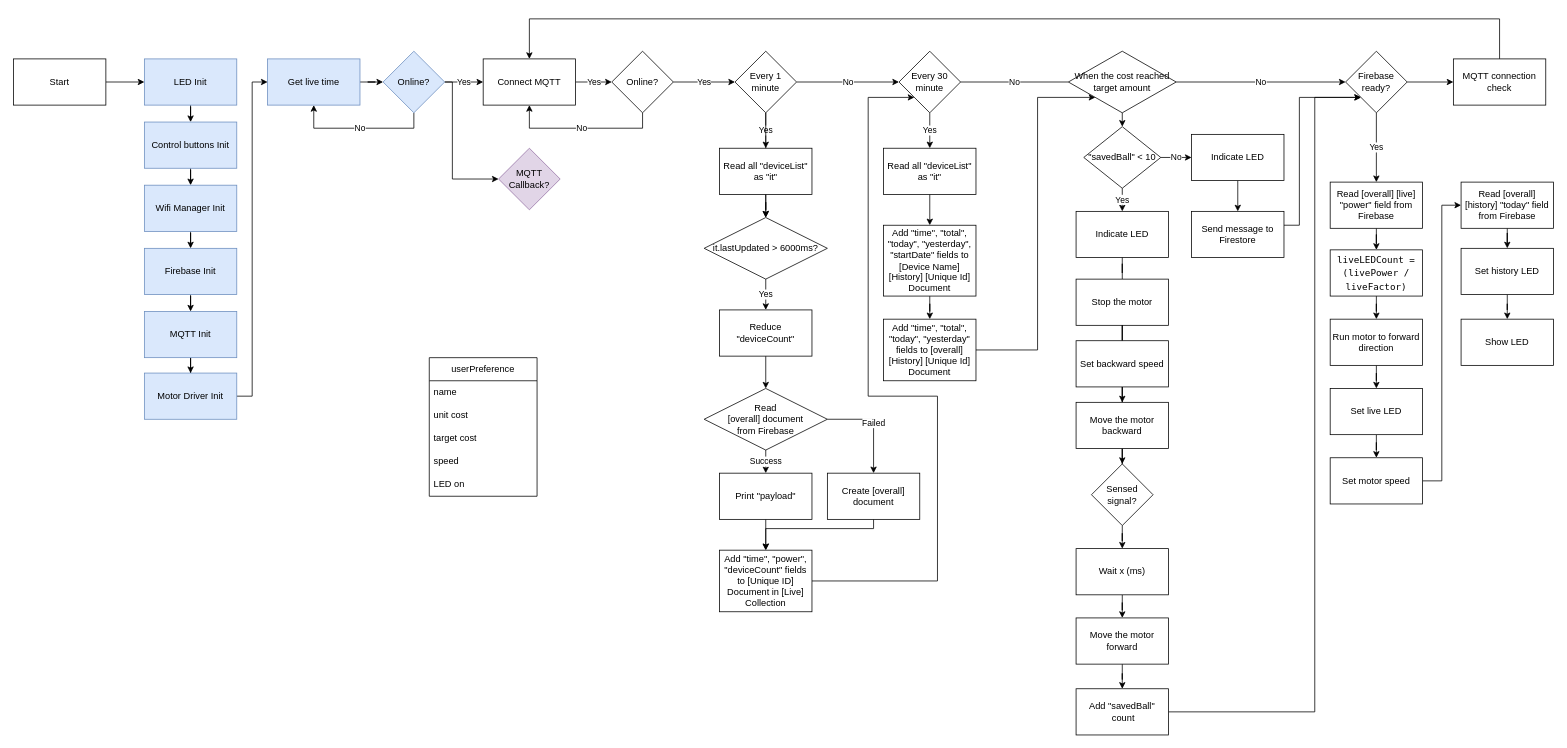
This is deviceLogic.drawio from Lionel-Lim/data-marble-machine, a draw.io file, before an edit. Source tidied: cells renumbered, new cells numbered last; positions are measured from the earlier drawing's top-left corner, leaving out a move shared by most shapes. Both pictures are drawn from the tidied source at 77%, with x=0, y=0 at pixel (13, 18).
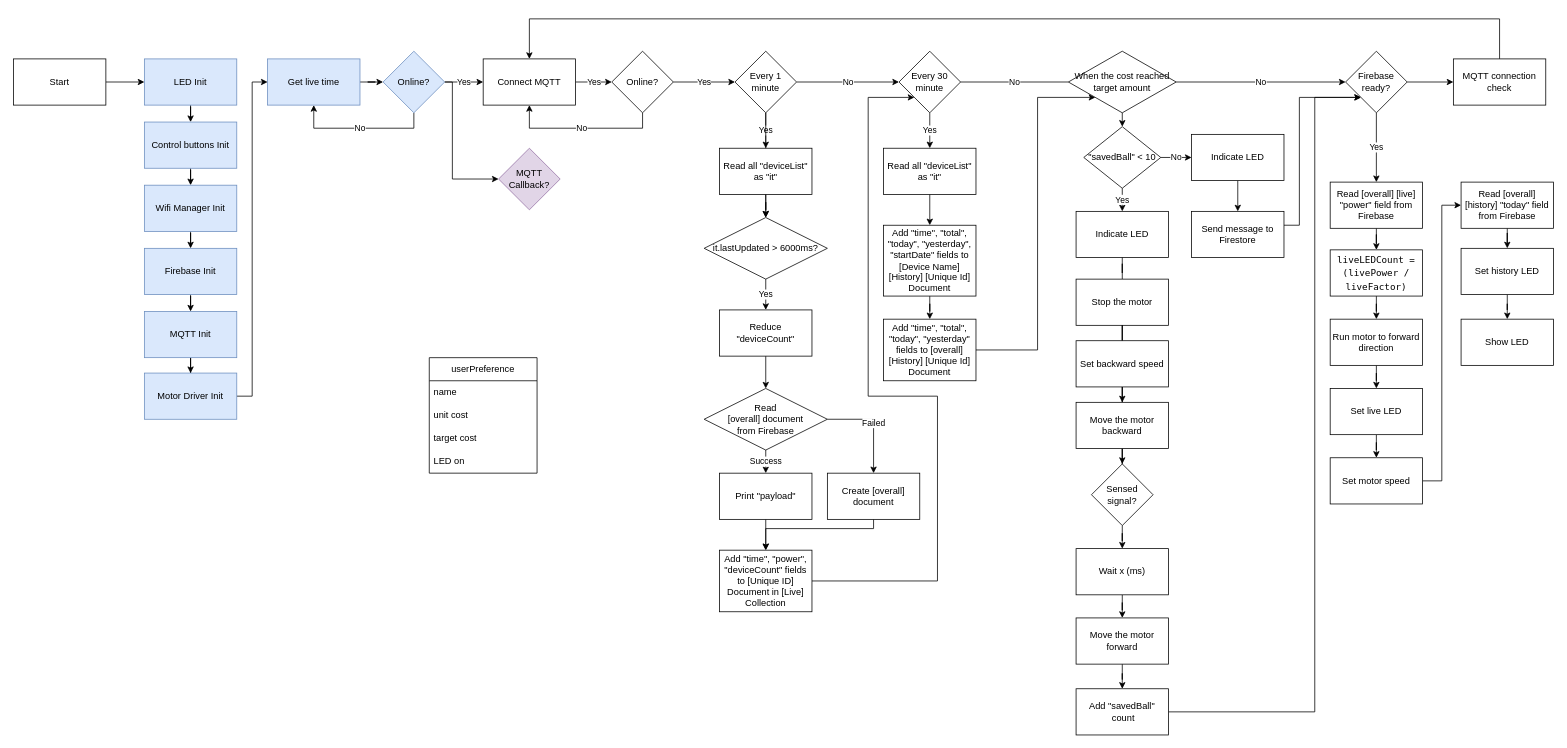
Above is the later version.

What changed in the source:
```diff
@@
     <mxCell id="102" value="userPreference" style="swimlane;fontStyle=0;horizontal=1;startSize=30;whiteSpace=wrap;html=1;" parent="1" vertex="1">
-      <mxGeometry x="540" y="440" width="140" height="180" as="geometry" />
+      <mxGeometry x="540" y="440" width="140" height="150" as="geometry" />
     </mxCell>
@@
-    <mxCell id="106" value="speed" style="text;strokeColor=none;fillColor=none;align=left;verticalAlign=middle;spacingLeft=4;spacingRight=4;overflow=hidden;whiteSpace=wrap;html=1;" parent="102" vertex="1">
-      <mxGeometry y="120" width="140" height="30" as="geometry" />
-    </mxCell>
     <mxCell id="107" value="LED on" style="text;strokeColor=none;fillColor=none;align=left;verticalAlign=middle;spacingLeft=4;spacingRight=4;overflow=hidden;whiteSpace=wrap;html=1;" parent="102" vertex="1">
-      <mxGeometry y="150" width="140" height="30" as="geometry" />
+      <mxGeometry y="120" width="140" height="30" as="geometry" />
     </mxCell>
```
